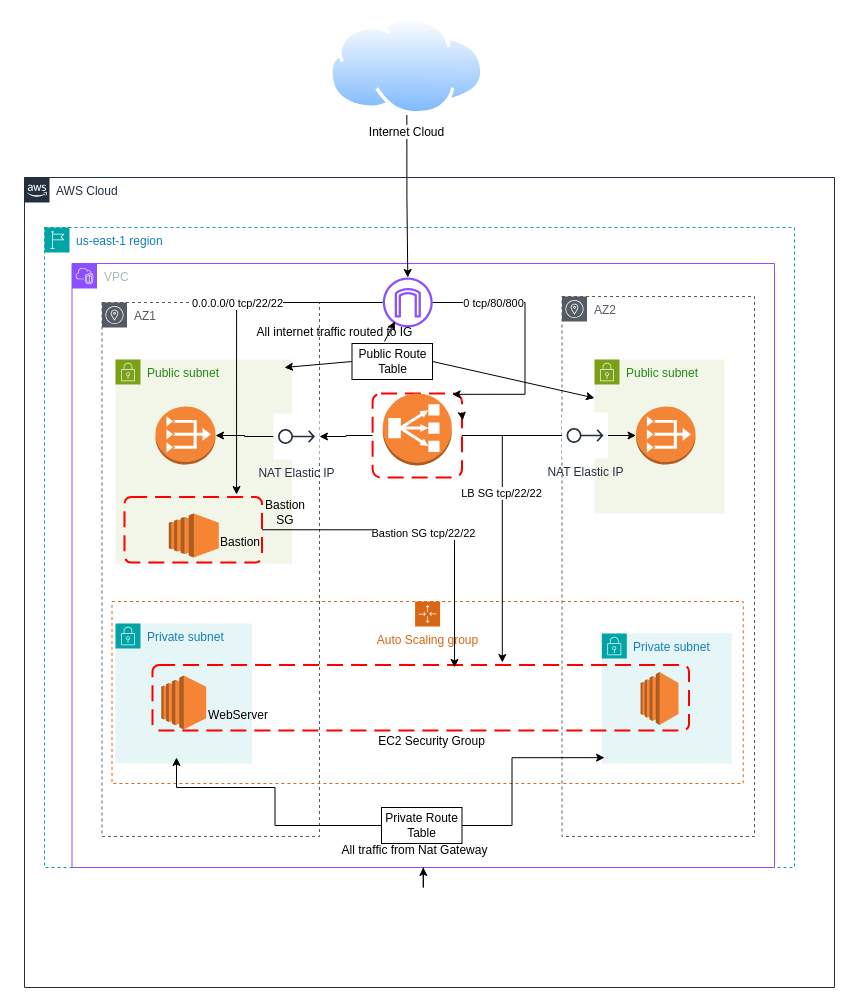
Above: webapp_deployment/Infrastructure_diagram.drawio in rmanch/aws_playground (draw.io), before the change. Source tidied: cells renumbered, new cells numbered last; positions are measured from the earlier drawing's top-left corner, leaving out a move shared by most shapes. Both pictures are drawn from the tidied source at 100%, with x=0, y=0 at pixel (24, 17).
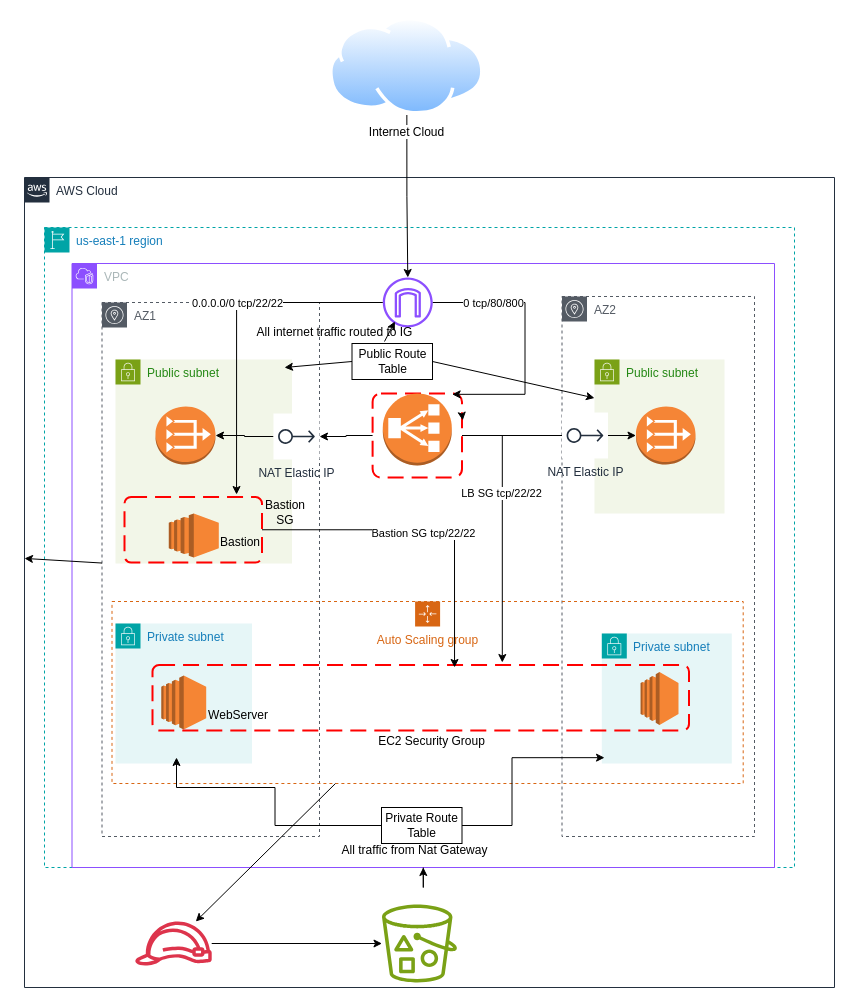
After the change.

The change refers to these unchanged cells:
```xml
<mxCell id="2" value="AWS Cloud" style="points=[[0,0],[0.25,0],[0.5,0],[0.75,0],[1,0],[1,0.25],[1,0.5],[1,0.75],[1,1],[0.75,1],[0.5,1],[0.25,1],[0,1],[0,0.75],[0,0.5],[0,0.25]];outlineConnect=0;gradientColor=none;html=1;whiteSpace=wrap;fontSize=12;fontStyle=0;shape=mxgraph.aws4.group;grIcon=mxgraph.aws4.group_aws_cloud_alt;strokeColor=#232F3E;fillColor=none;verticalAlign=top;align=left;spacingLeft=30;fontColor=#232F3E;dashed=0;labelBackgroundColor=#ffffff;" parent="1" vertex="1">
  <mxGeometry y="160" width="810" height="810" as="geometry" />
</mxCell>
<mxCell id="5" value="AZ1" style="sketch=0;outlineConnect=0;gradientColor=none;html=1;whiteSpace=wrap;fontSize=12;fontStyle=0;shape=mxgraph.aws4.group;grIcon=mxgraph.aws4.group_availability_zone;strokeColor=#545B64;fillColor=none;verticalAlign=top;align=left;spacingLeft=30;fontColor=#545B64;dashed=1;" parent="4" vertex="1">
  <mxGeometry x="30" y="39" width="217.5" height="534" as="geometry" />
</mxCell>
<mxCell id="18" value="Auto Scaling group" style="points=[[0,0],[0.25,0],[0.5,0],[0.75,0],[1,0],[1,0.25],[1,0.5],[1,0.75],[1,1],[0.75,1],[0.5,1],[0.25,1],[0,1],[0,0.75],[0,0.5],[0,0.25]];outlineConnect=0;gradientColor=none;html=1;whiteSpace=wrap;fontSize=12;fontStyle=0;shape=mxgraph.aws4.groupCenter;grIcon=mxgraph.aws4.group_auto_scaling_group;grStroke=1;strokeColor=#D86613;fillColor=none;verticalAlign=top;align=center;fontColor=#D86613;dashed=1;spacingTop=25;" parent="4" vertex="1">
  <mxGeometry x="40" y="338" width="631.2" height="182" as="geometry" />
</mxCell>
```

What changed in the source:
```diff
@@
+    <mxCell id="53" style="sketch=0;outlineConnect=0;fontColor=#232F3E;gradientColor=none;fillColor=#7AA116;strokeColor=none;dashed=0;verticalLabelPosition=bottom;verticalAlign=top;align=center;html=1;fontSize=12;fontStyle=0;shape=mxgraph.aws4.bucket_with_objects;" parent="2" vertex="1">
+      <mxGeometry x="357.5" y="727" width="75" height="78" as="geometry" />
+    </mxCell>
+    <mxCell id="54" style="endArrow=classic;html=1;rounded=0;" parent="2" edge="1" source="5" target="2">
+      <mxGeometry relative="1" as="geometry" />
+    </mxCell>
+    <mxCell id="55" style="edgeStyle=orthogonalEdgeStyle;rounded=0;jettySize=auto;html=1;" parent="2" edge="1" source="56" target="53">
+      <mxGeometry relative="1" as="geometry" />
+    </mxCell>
+    <mxCell id="56" style="sketch=0;outlineConnect=0;fontColor=#232F3E;gradientColor=none;fillColor=#DD344C;strokeColor=none;dashed=0;verticalLabelPosition=bottom;verticalAlign=top;align=center;html=1;fontSize=12;fontStyle=0;shape=mxgraph.aws4.role;" parent="2" vertex="1">
+      <mxGeometry x="110" y="744" width="78" height="44" as="geometry" />
+    </mxCell>
+    <mxCell id="57" style="endArrow=classic;html=1;rounded=0;" parent="2" edge="1" source="18" target="56">
+      <mxGeometry relative="1" as="geometry" />
+    </mxCell>
```
